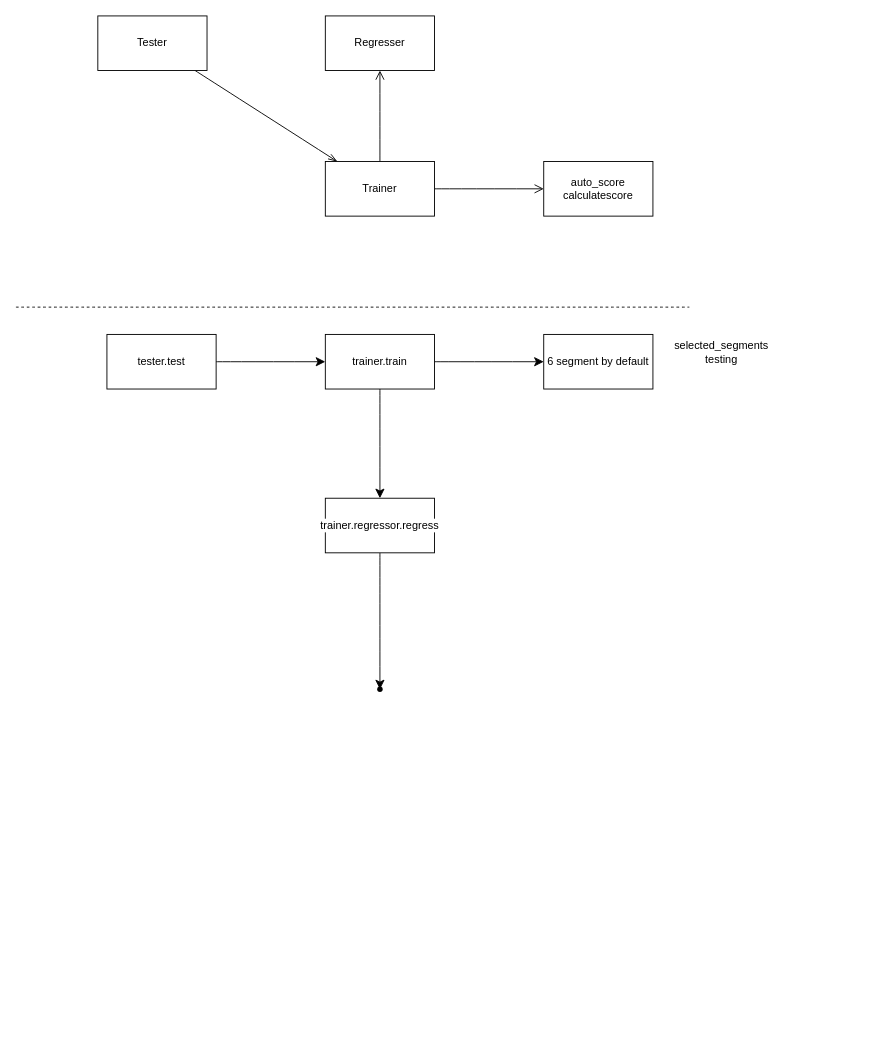
Before: tongdengfund/方法论.drawio in mistyeye11/drawio, a draw.io diagram. Source tidied: cells renumbered, new cells numbered last; positions are measured from the earlier drawing's top-left corner, leaving out a move shared by most shapes. Both pictures are drawn from the tidied source at 91%, with x=0, y=0 at pixel (15, 15).
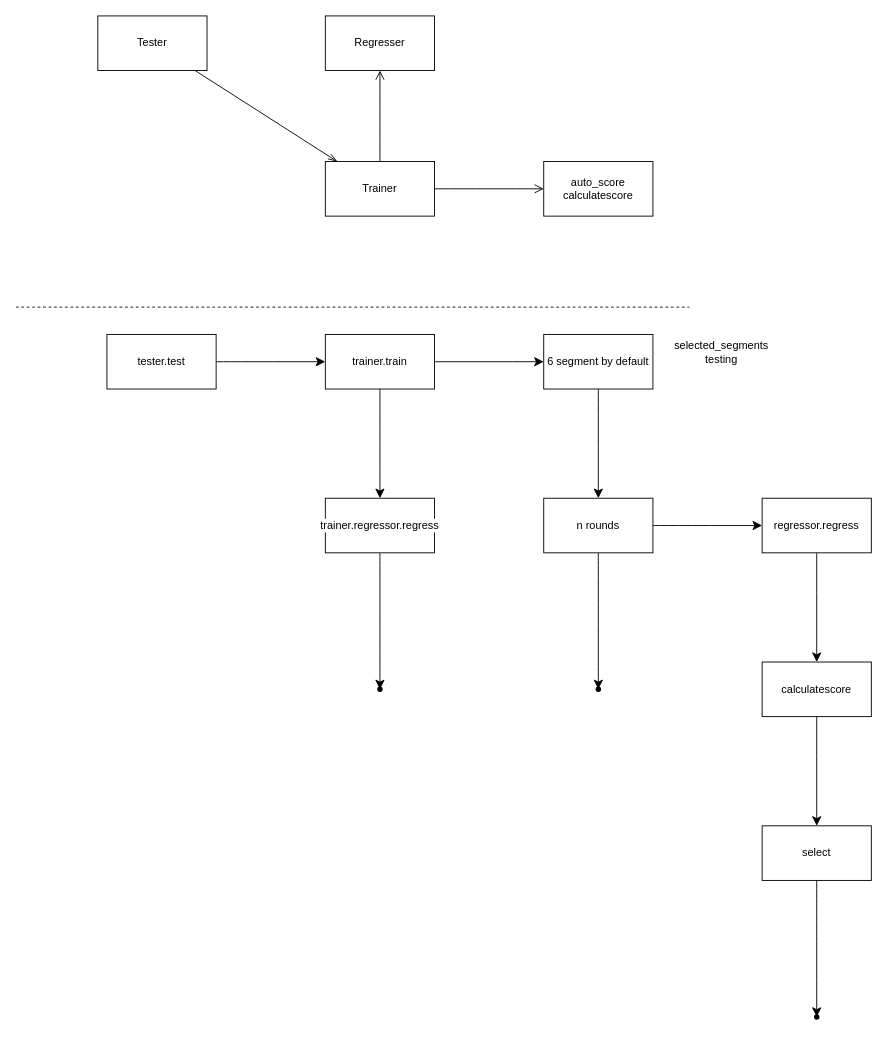
The same page after the edit.

Commit message:
更新方法论.drawio

Unchanged cells that the change refers to:
```xml
<mxCell id="18" value="6 segment by default" style="whiteSpace=wrap;html=1;rounded=0;" parent="1" vertex="1">
  <mxGeometry x="580" y="350" width="120" height="60" as="geometry" />
</mxCell>
```

What changed in the source:
```diff
@@
+    <mxCell id="20" style="edgeStyle=none;curved=1;rounded=0;jettySize=auto;html=1;fontFamily=Helvetica;fontSize=12;fontColor=default;startSize=8;endSize=8;" parent="1" edge="1" source="18" target="23">
+      <mxGeometry relative="1" as="geometry" />
+    </mxCell>
@@
+    <mxCell id="21" style="edgeStyle=none;curved=1;rounded=0;jettySize=auto;html=1;fontFamily=Helvetica;fontSize=12;fontColor=default;startSize=8;endSize=8;" parent="1" edge="1" source="23" target="24">
+      <mxGeometry relative="1" as="geometry" />
+    </mxCell>
+    <mxCell id="22" style="edgeStyle=none;curved=1;rounded=0;jettySize=auto;html=1;fontFamily=Helvetica;fontSize=12;fontColor=default;startSize=8;endSize=8;" parent="1" edge="1" source="23" target="26">
+      <mxGeometry relative="1" as="geometry" />
+    </mxCell>
+    <mxCell id="23" value="n rounds" style="whiteSpace=wrap;html=1;rounded=0;" parent="1" vertex="1">
+      <mxGeometry x="580" y="530" width="120" height="60" as="geometry" />
+    </mxCell>
+    <mxCell id="24" style="shape=waypoint;sketch=0;size=6;points=[];fillColor=default;perimeter=centerPerimeter;snapToPoint=1;rounded=0;" parent="1" vertex="1">
+      <mxGeometry x="630" y="730" width="20" height="20" as="geometry" />
+    </mxCell>
+    <mxCell id="25" style="edgeStyle=none;curved=1;rounded=0;jettySize=auto;html=1;fontFamily=Helvetica;fontSize=12;fontColor=default;startSize=8;endSize=8;" parent="1" edge="1" source="26" target="28">
+      <mxGeometry relative="1" as="geometry" />
+    </mxCell>
+    <mxCell id="26" value="regressor.regress" style="whiteSpace=wrap;html=1;rounded=0;" parent="1" vertex="1">
+      <mxGeometry x="820" y="530" width="120" height="60" as="geometry" />
+    </mxCell>
+    <mxCell id="27" style="edgeStyle=none;curved=1;rounded=0;jettySize=auto;html=1;fontFamily=Helvetica;fontSize=12;fontColor=default;startSize=8;endSize=8;" parent="1" edge="1" source="28" target="30">
+      <mxGeometry relative="1" as="geometry" />
+    </mxCell>
+    <mxCell id="28" value="calculatescore" style="whiteSpace=wrap;html=1;rounded=0;" parent="1" vertex="1">
+      <mxGeometry x="820" y="710" width="120" height="60" as="geometry" />
+    </mxCell>
+    <mxCell id="29" style="edgeStyle=none;curved=1;rounded=0;jettySize=auto;html=1;fontFamily=Helvetica;fontSize=12;fontColor=default;startSize=8;endSize=8;" parent="1" edge="1" source="30" target="31">
+      <mxGeometry relative="1" as="geometry" />
+    </mxCell>
+    <mxCell id="30" value="select" style="whiteSpace=wrap;html=1;rounded=0;" parent="1" vertex="1">
+      <mxGeometry x="820" y="890" width="120" height="60" as="geometry" />
+    </mxCell>
+    <mxCell id="31" style="shape=waypoint;sketch=0;size=6;points=[];fillColor=default;perimeter=centerPerimeter;snapToPoint=1;rounded=0;" parent="1" vertex="1">
+      <mxGeometry x="870" y="1090" width="20" height="20" as="geometry" />
+    </mxCell>
```
